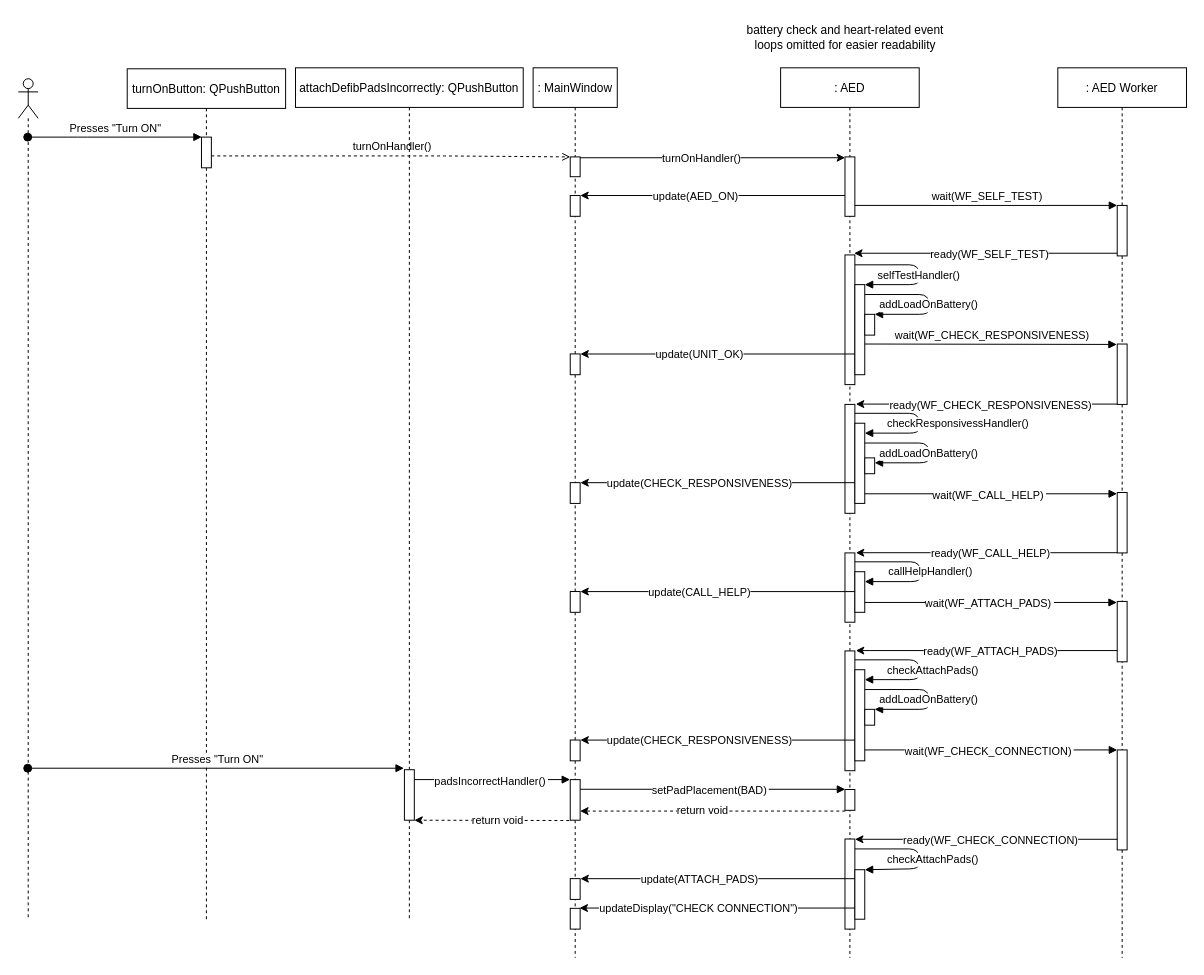
Earlier version of the draw.io diagram docs/sequence-diagrams/safety-2/safety-2.drawio (HamzaAlsarakbi/AEDSimulator). Source tidied: cells renumbered, new cells numbered last; positions are measured from the earlier drawing's top-left corner, leaving out a move shared by most shapes. Both pictures are drawn from the tidied source at 99%, with x=0, y=0 at pixel (18, 17).
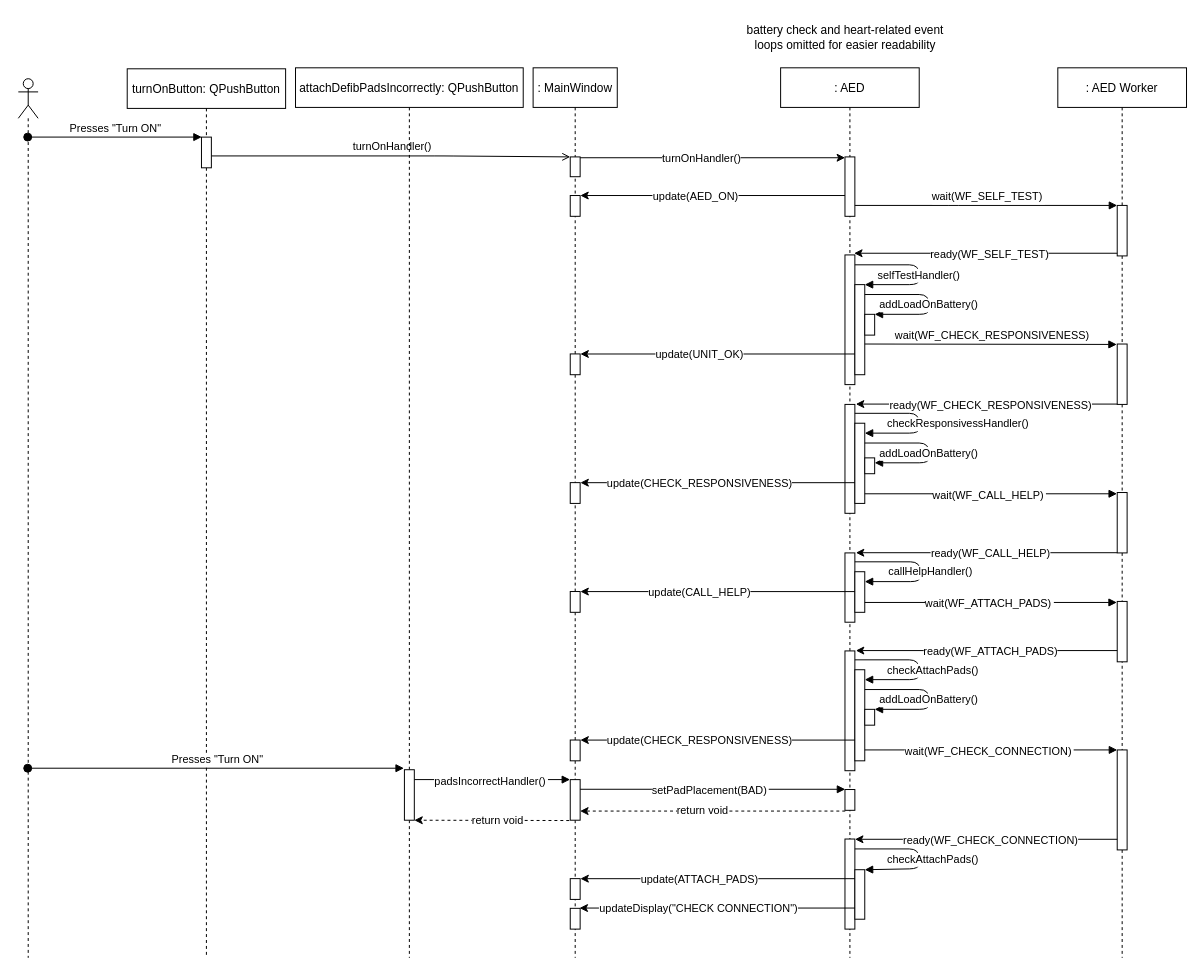
Above is the later version.

The change refers to these unchanged cells:
```xml
<mxCell id="3" style="html=1;points=[];perimeter=orthogonalPerimeter;" parent="2" vertex="1">
  <mxGeometry x="37.5" y="90" width="10" height="20" as="geometry" />
</mxCell>
<mxCell id="45" style="html=1;points=[];perimeter=orthogonalPerimeter;" parent="44" vertex="1">
  <mxGeometry x="75" y="69" width="10" height="31" as="geometry" />
</mxCell>
```

Diff of the diagram source:
```diff
@@
     <mxCell id="18" style="shape=umlLifeline;participant=umlActor;perimeter=lifelinePerimeter;whiteSpace=wrap;html=1;verticalAlign=top;spacingTop=36;outlineConnect=0;" parent="1" vertex="1">
-      <mxGeometry y="62" width="20" height="849" as="geometry" />
+      <mxGeometry y="62" width="20" height="888" as="geometry" />
     </mxCell>
     <mxCell id="19" value=" Presses &quot;Turn ON&quot;" style="verticalAlign=bottom;startArrow=oval;endArrow=block;startSize=8;shadow=0;strokeWidth=1;startFill=1;entryX=0.031;entryY=-0.001;entryDx=0;entryDy=0;entryPerimeter=0;" parent="1" edge="1" source="18" target="45">
-      <mxGeometry x="0.01" relative="1" as="geometry">
-        <Array as="points">
-          <mxPoint x="60" y="121" />
-        </Array>
-      </mxGeometry>
+      <mxGeometry x="0.01" relative="1" as="geometry" />
     </mxCell>
@@
     <mxCell id="44" value="turnOnButton: QPushButton" style="shape=umlLifeline;perimeter=lifelinePerimeter;rounded=0;shadow=0;strokeWidth=1;" parent="1" vertex="1">
-      <mxGeometry x="110" y="52" width="160" height="859" as="geometry" />
+      <mxGeometry x="110" y="52" width="160" height="898" as="geometry" />
     </mxCell>
@@
-    <mxCell id="46" value=" turnOnHandler()" style="verticalAlign=bottom;endArrow=open;shadow=0;strokeWidth=1;dashed=1;endFill=0;" parent="1" edge="1" source="45" target="3">
+    <mxCell id="46" value=" turnOnHandler()" style="verticalAlign=bottom;endArrow=open;shadow=0;strokeWidth=1;endFill=0;" parent="1" edge="1" source="45" target="3">
       <mxGeometry x="0.01" relative="1" as="geometry">
         <Array as="points">
           <mxPoint x="430" y="140" />
         </Array>
       </mxGeometry>
     </mxCell>
@@
     <mxCell id="48" value="attachDefibPadsIncorrectly: QPushButton" style="shape=umlLifeline;perimeter=lifelinePerimeter;rounded=0;shadow=0;strokeWidth=1;" parent="1" vertex="1">
-      <mxGeometry x="280" y="51" width="230" height="860" as="geometry" />
+      <mxGeometry x="280" y="51" width="230" height="899" as="geometry" />
     </mxCell>
```
